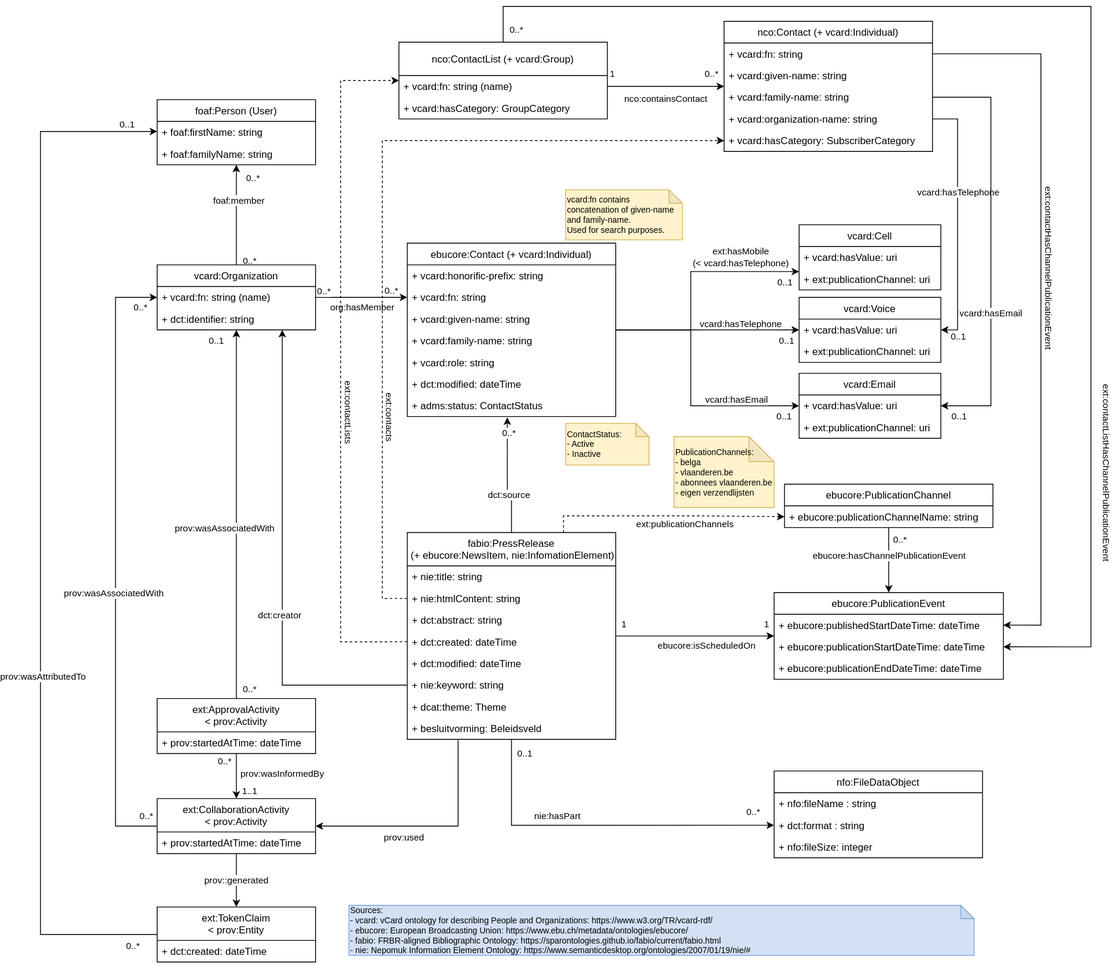
The draw.io diagram images/press-releases-data-model.svg in kanselarij-vlaanderen/kaleidos-documentation, before a commit. Source tidied: cells renumbered, new cells last; positions are measured from the earlier drawing's top-left corner, leaving out a move shared by most shapes.
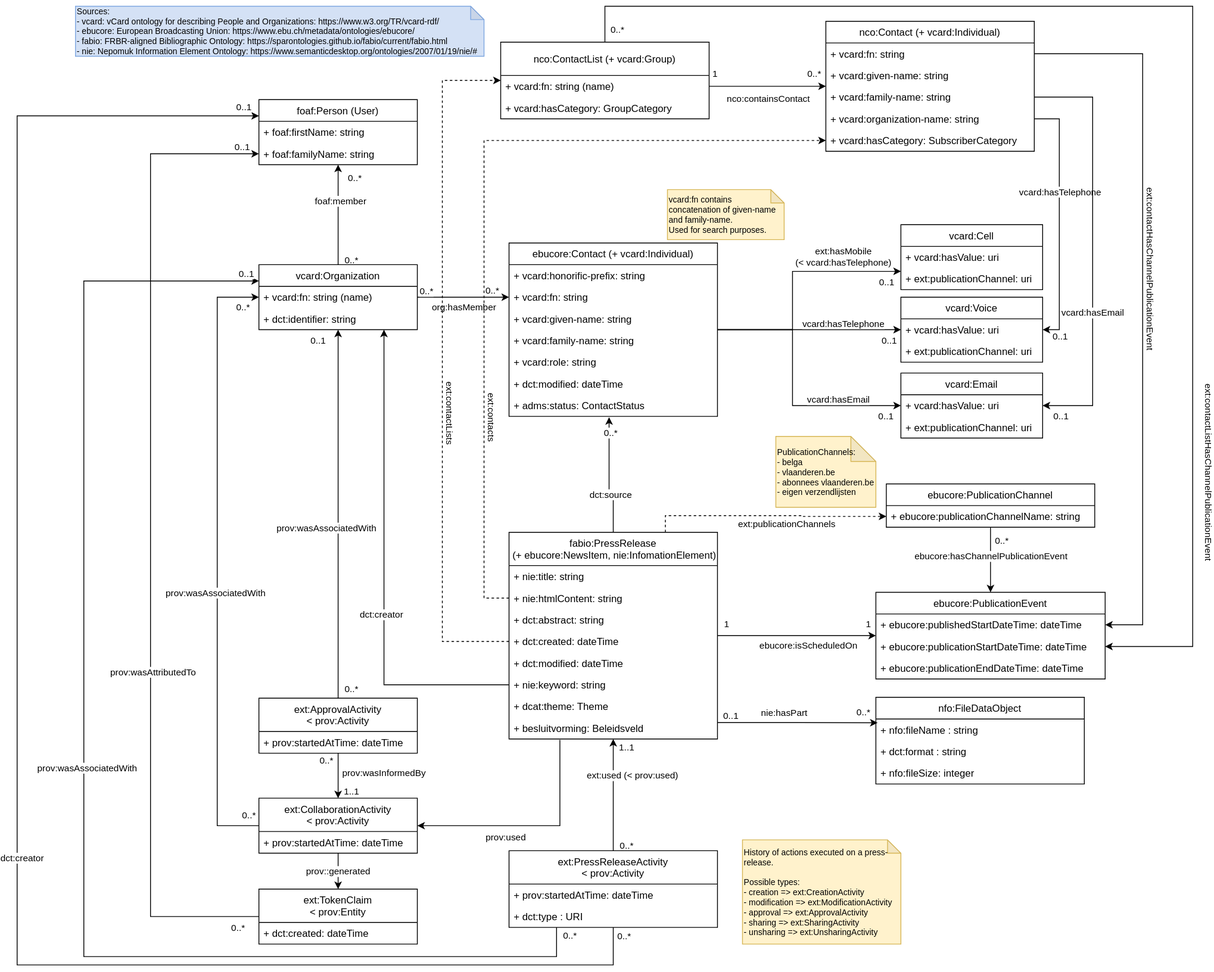
Later version of the same file.

Commit message:
Update press-release data model

Add press-release-activity model to track history of actions applied on the press-release

Change to the diagram source:
```diff
@@ -84,8 +84,8 @@
     <mxCell id="21" value="+ ext:publicationChannel: uri" style="text;strokeColor=none;fillColor=none;align=left;verticalAlign=top;spacingLeft=4;spacingRight=4;overflow=hidden;" parent="19" vertex="1">
       <mxGeometry y="52" width="170" height="26" as="geometry" />
     </mxCell>
-    <mxCell id="22" value="&lt;div style=&quot;font-size: 10px&quot;&gt;&lt;font style=&quot;font-size: 10px&quot;&gt;ContactStatus:&lt;/font&gt;&lt;/div&gt;&lt;div style=&quot;font-size: 10px&quot;&gt;&lt;font style=&quot;font-size: 10px&quot;&gt;- Active&lt;/font&gt;&lt;/div&gt;&lt;div style=&quot;font-size: 10px&quot;&gt;&lt;font style=&quot;font-size: 10px&quot;&gt;- Inactive&lt;/font&gt;&lt;/div&gt;" style="shape=note;whiteSpace=wrap;html=1;backgroundOutline=1;darkOpacity=0.05;align=left;fillColor=#fff2cc;strokeColor=#d6b656;size=16;" parent="1" vertex="1">
-      <mxGeometry x="630" y="500" width="100" height="50" as="geometry" />
+    <mxCell id="22" value="&lt;div style=&quot;font-size: 10px&quot;&gt;History of actions executed on a press-release.&lt;br&gt;&lt;br&gt;&lt;/div&gt;&lt;div style=&quot;font-size: 10px&quot;&gt;Possible types:&lt;/div&gt;&lt;div style=&quot;font-size: 10px&quot;&gt;- creation =&amp;gt; ext:CreationActivity&lt;/div&gt;&lt;div style=&quot;font-size: 10px&quot;&gt;- modification =&amp;gt; ext:ModificationActivity&lt;/div&gt;&lt;div style=&quot;font-size: 10px&quot;&gt;- approval =&amp;gt; ext:ApprovalActivity&lt;/div&gt;&lt;div style=&quot;font-size: 10px&quot;&gt;- sharing =&amp;gt; ext:SharingActivity&lt;/div&gt;&lt;div style=&quot;font-size: 10px&quot;&gt;- unsharing =&amp;gt; ext:UnsharingActivity&lt;/div&gt;" style="shape=note;whiteSpace=wrap;html=1;backgroundOutline=1;darkOpacity=0.05;align=left;fillColor=#fff2cc;strokeColor=#d6b656;size=16;" parent="1" vertex="1">
+      <mxGeometry x="720" y="1000" width="190" height="125" as="geometry" />
     </mxCell>
     <mxCell id="23" value="vcard:Voice" style="swimlane;fontStyle=0;horizontal=1;startSize=26;fillColor=none;" parent="1" vertex="1">
       <mxGeometry x="910" y="349" width="170" height="78" as="geometry" />
@@ -183,7 +183,7 @@
       <mxGeometry x="630" y="220" width="140" height="60" as="geometry" />
     </mxCell>
     <mxCell id="48" value="&lt;div style=&quot;font-size: 10px&quot;&gt;Sources:&lt;br&gt;- vcard: vCard ontology for describing People and Organizations: https://www.w3.org/TR/vcard-rdf/&lt;br&gt;- ebucore: European Broadcasting Union:&amp;nbsp;https://www.ebu.ch/metadata/ontologies/ebucore/&lt;br&gt;- fabio: FRBR-aligned Bibliographic Ontology:&amp;nbsp;https://sparontologies.github.io/fabio/current/fabio.html&lt;br&gt;- nie: Nepomuk Information Element Ontology:&amp;nbsp;https://www.semanticdesktop.org/ontologies/2007/01/19/nie/#&lt;/div&gt;" style="shape=note;whiteSpace=wrap;html=1;backgroundOutline=1;darkOpacity=0.05;align=left;size=16;fillColor=#D4E1F5;strokeColor=#7EA6E0;" parent="1" vertex="1">
-      <mxGeometry x="370" y="1078" width="750" height="60" as="geometry" />
+      <mxGeometry x="-80" width="490" height="60" as="geometry" />
     </mxCell>
     <mxCell id="49" value="nco:Contact (+ vcard:Individual)" style="swimlane;fontStyle=0;horizontal=1;startSize=26;fillColor=none;" parent="1" vertex="1">
       <mxGeometry x="820" y="18" width="250" height="156" as="geometry" />
@@ -266,7 +266,7 @@
         <mxPoint x="-9" y="-17" as="offset" />
       </mxGeometry>
     </mxCell>
-    <mxCell id="69" style="edgeStyle=orthogonalEdgeStyle;rounded=0;jettySize=auto;html=1;entryX=0;entryY=0.5;entryDx=0;entryDy=0;" parent="1" edge="1" source="80" target="100">
+    <mxCell id="69" style="edgeStyle=orthogonalEdgeStyle;rounded=0;jettySize=auto;html=1;entryX=0.008;entryY=0.174;entryDx=0;entryDy=0;exitX=1.001;exitY=0.244;exitDx=0;exitDy=0;exitPerimeter=0;entryPerimeter=0;" parent="1" edge="1" source="88" target="99">
       <mxGeometry relative="1" as="geometry" />
     </mxCell>
     <mxCell id="70" value="nie:hasPart" style="edgeLabel;html=1;align=center;verticalAlign=middle;" parent="69" vertex="1">
@@ -276,12 +276,12 @@
     </mxCell>
     <mxCell id="71" value="0..*" style="edgeLabel;html=1;align=center;verticalAlign=middle;" parent="69" vertex="1">
       <mxGeometry x="0.78" y="1" relative="1" as="geometry">
-        <mxPoint x="21" y="-16" as="offset" />
+        <mxPoint x="3" y="-12" as="offset" />
       </mxGeometry>
     </mxCell>
     <mxCell id="72" value="0..1" style="edgeLabel;html=1;align=center;verticalAlign=middle;" parent="69" vertex="1">
       <mxGeometry x="-0.78" y="1" relative="1" as="geometry">
-        <mxPoint x="14" y="-29" as="offset" />
+        <mxPoint x="-6" y="-8" as="offset" />
       </mxGeometry>
     </mxCell>
     <mxCell id="73" style="edgeStyle=orthogonalEdgeStyle;rounded=0;jettySize=auto;html=1;exitX=0.5;exitY=0;exitDx=0;exitDy=0;entryX=0.48;entryY=1.038;entryDx=0;entryDy=0;entryPerimeter=0;" parent="1" edge="1" source="80" target="18">
@@ -386,7 +386,7 @@
       <mxGeometry y="78" width="275" height="26" as="geometry" />
     </mxCell>
     <mxCell id="98" value="nfo:FileDataObject" style="swimlane;fontStyle=0;horizontal=1;startSize=26;fillColor=none;" parent="1" vertex="1">
-      <mxGeometry x="880" y="917" width="250" height="104" as="geometry" />
+      <mxGeometry x="880" y="829" width="250" height="104" as="geometry" />
     </mxCell>
     <mxCell id="99" value="+ nfo:fileName : string" style="text;strokeColor=none;fillColor=none;align=left;verticalAlign=top;spacingLeft=4;spacingRight=4;overflow=hidden;points=[[0,0.5],[1,0.5]];portConstraint=eastwest;" parent="98" vertex="1">
       <mxGeometry y="26" width="250" height="26" as="geometry" />
@@ -456,12 +456,11 @@
         <mxPoint x="17" y="11" as="offset" />
       </mxGeometry>
     </mxCell>
-    <mxCell id="116" style="edgeStyle=orthogonalEdgeStyle;rounded=0;jettySize=auto;html=1;exitX=0;exitY=0.5;exitDx=0;exitDy=0;entryX=0;entryY=0.5;entryDx=0;entryDy=0;" parent="1" edge="1" source="124" target="103">
+    <mxCell id="116" style="edgeStyle=orthogonalEdgeStyle;rounded=0;jettySize=auto;html=1;exitX=0;exitY=0.5;exitDx=0;exitDy=0;entryX=0;entryY=0.5;entryDx=0;entryDy=0;" parent="1" edge="1" source="124" target="104">
       <mxGeometry relative="1" as="geometry">
         <Array as="points">
-          <mxPoint y="1113" />
-          <mxPoint y="150" />
-          <mxPoint x="140" y="150" />
+          <mxPoint x="10" y="1092" />
+          <mxPoint x="10" y="177" />
         </Array>
       </mxGeometry>
     </mxCell>
@@ -475,7 +474,7 @@
     </mxCell>
     <mxCell id="119" value="0..1" style="edgeLabel;html=1;align=center;verticalAlign=middle;" parent="116" vertex="1">
       <mxGeometry x="0.91" y="-1" relative="1" as="geometry">
-        <mxPoint x="20" y="-10" as="offset" />
+        <mxPoint x="34" y="-10" as="offset" />
       </mxGeometry>
     </mxCell>
     <mxCell id="120" style="edgeStyle=orthogonalEdgeStyle;rounded=0;jettySize=auto;html=1;exitX=1;exitY=0.5;exitDx=0;exitDy=0;entryX=1;entryY=0.5;entryDx=0;entryDy=0;" parent="1" edge="1" source="50" target="95">
@@ -505,7 +504,7 @@
       </mxGeometry>
     </mxCell>
     <mxCell id="124" value="ext:TokenClaim&#10;&lt; prov:Entity" style="swimlane;fontStyle=0;horizontal=1;startSize=40;fillColor=none;" parent="1" vertex="1">
-      <mxGeometry x="140" y="1080" width="190" height="66" as="geometry" />
+      <mxGeometry x="140" y="1059" width="190" height="66" as="geometry" />
     </mxCell>
     <mxCell id="125" value="+ dct:created: dateTime" style="text;strokeColor=none;fillColor=none;align=left;verticalAlign=top;spacingLeft=4;spacingRight=4;overflow=hidden;" parent="124" vertex="1">
       <mxGeometry y="40" width="190" height="26" as="geometry" />
@@ -550,5 +549,78 @@
     <mxCell id="134" value="+ prov:startedAtTime: dateTime" style="text;strokeColor=none;fillColor=none;align=left;verticalAlign=top;spacingLeft=4;spacingRight=4;overflow=hidden;" parent="133" vertex="1">
       <mxGeometry y="40" width="190" height="26" as="geometry" />
     </mxCell>
+    <mxCell id="135" style="edgeStyle=orthogonalEdgeStyle;rounded=0;jettySize=auto;html=1;exitX=0.5;exitY=0;exitDx=0;exitDy=0;" parent="1" edge="1" source="147" target="80">
+      <mxGeometry relative="1" as="geometry" />
+    </mxCell>
+    <mxCell id="136" value="ext:used (&amp;lt; prov:used)" style="edgeLabel;html=1;align=center;verticalAlign=middle;" parent="135" vertex="1">
+      <mxGeometry x="0.19" y="2" relative="1" as="geometry">
+        <mxPoint x="24" y="-11" as="offset" />
+      </mxGeometry>
+    </mxCell>
+    <mxCell id="137" value="1..1" style="edgeLabel;html=1;align=center;verticalAlign=middle;" parent="135" vertex="1">
+      <mxGeometry x="0.76" y="-1" relative="1" as="geometry">
+        <mxPoint x="14" y="-7" as="offset" />
+      </mxGeometry>
+    </mxCell>
+    <mxCell id="138" value="0..*" style="edgeLabel;html=1;align=center;verticalAlign=middle;" parent="135" vertex="1">
+      <mxGeometry x="-0.92" y="-2" relative="1" as="geometry">
+        <mxPoint x="13" y="-1" as="offset" />
+      </mxGeometry>
+    </mxCell>
+    <mxCell id="139" style="edgeStyle=orthogonalEdgeStyle;rounded=0;jettySize=auto;html=1;entryX=0;entryY=0.25;entryDx=0;entryDy=0;" parent="1" edge="1" source="149" target="33">
+      <mxGeometry relative="1" as="geometry">
+        <Array as="points">
+          <mxPoint x="497" y="1140" />
+          <mxPoint x="-70" y="1140" />
+          <mxPoint x="-70" y="329" />
+        </Array>
+      </mxGeometry>
+    </mxCell>
+    <mxCell id="140" value="0..1" style="edgeLabel;html=1;align=center;verticalAlign=middle;" parent="139" vertex="1">
+      <mxGeometry x="0.97" y="3" relative="1" as="geometry">
+        <mxPoint x="9" y="-6" as="offset" />
+      </mxGeometry>
+    </mxCell>
+    <mxCell id="141" value="0..*" style="edgeLabel;html=1;align=center;verticalAlign=middle;" parent="139" vertex="1">
+      <mxGeometry x="-0.98" y="-2" relative="1" as="geometry">
+        <mxPoint x="17" y="-9" as="offset" />
+      </mxGeometry>
+    </mxCell>
+    <mxCell id="142" value="prov:wasAssociatedWith" style="edgeLabel;html=1;align=center;verticalAlign=middle;" parent="139" vertex="1">
+      <mxGeometry x="0.05" y="-3" relative="1" as="geometry">
+        <mxPoint y="23" as="offset" />
+      </mxGeometry>
+    </mxCell>
+    <mxCell id="143" style="edgeStyle=orthogonalEdgeStyle;rounded=0;jettySize=auto;html=1;entryX=0;entryY=0.25;entryDx=0;entryDy=0;" parent="1" edge="1" source="147" target="102">
+      <mxGeometry relative="1" as="geometry">
+        <Array as="points">
+          <mxPoint x="565" y="1150" />
+          <mxPoint x="-150" y="1150" />
+          <mxPoint x="-150" y="131" />
+        </Array>
+      </mxGeometry>
+    </mxCell>
+    <mxCell id="144" value="0..*" style="edgeLabel;html=1;align=center;verticalAlign=middle;" parent="143" vertex="1">
+      <mxGeometry x="-0.96" relative="1" as="geometry">
+        <mxPoint x="12" y="-28" as="offset" />
+      </mxGeometry>
+    </mxCell>
+    <mxCell id="145" value="0..1" style="edgeLabel;html=1;align=center;verticalAlign=middle;" parent="143" vertex="1">
+      <mxGeometry x="0.98" y="-1" relative="1" as="geometry">
+        <mxPoint x="1" y="-12" as="offset" />
+      </mxGeometry>
+    </mxCell>
+    <mxCell id="146" value="dct:creator" style="edgeLabel;html=1;align=center;verticalAlign=middle;" parent="143" vertex="1">
+      <mxGeometry x="-0.14" y="-5" relative="1" as="geometry" />
+    </mxCell>
+    <mxCell id="147" value="ext:PressReleaseActivity&#10;&lt; prov:Activity" style="swimlane;fontStyle=0;horizontal=1;startSize=40;fillColor=none;" parent="1" vertex="1">
+      <mxGeometry x="440" y="1013" width="250" height="92" as="geometry" />
+    </mxCell>
+    <mxCell id="148" value="+ prov:startedAtTime: dateTime" style="text;strokeColor=none;fillColor=none;align=left;verticalAlign=top;spacingLeft=4;spacingRight=4;overflow=hidden;" parent="147" vertex="1">
+      <mxGeometry y="40" width="250" height="26" as="geometry" />
+    </mxCell>
+    <mxCell id="149" value="+ dct:type : URI" style="text;strokeColor=none;fillColor=none;align=left;verticalAlign=top;spacingLeft=4;spacingRight=4;overflow=hidden;points=[[0,0.5],[1,0.5]];portConstraint=eastwest;" parent="147" vertex="1">
+      <mxGeometry y="66" width="250" height="26" as="geometry" />
+    </mxCell>
   </root>
 </mxGraphModel>
```
